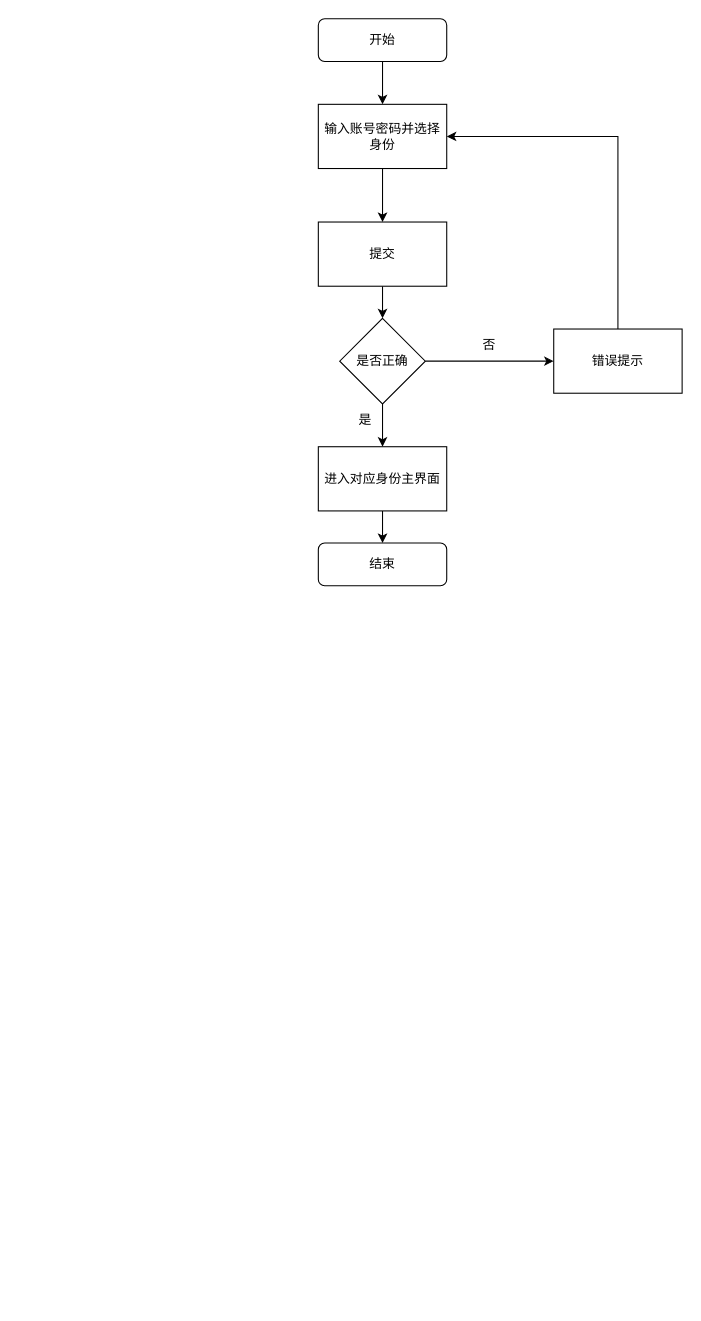
This is public/images/未命名绘图.drawio from waittinging/ceshi, a draw.io file, before an edit. Source tidied: cells renumbered, new cells numbered last; positions are measured from the earlier drawing's top-left corner, leaving out a move shared by most shapes. Both pictures are drawn from the tidied source at 107%, with x=0, y=0 at pixel (318, 18).
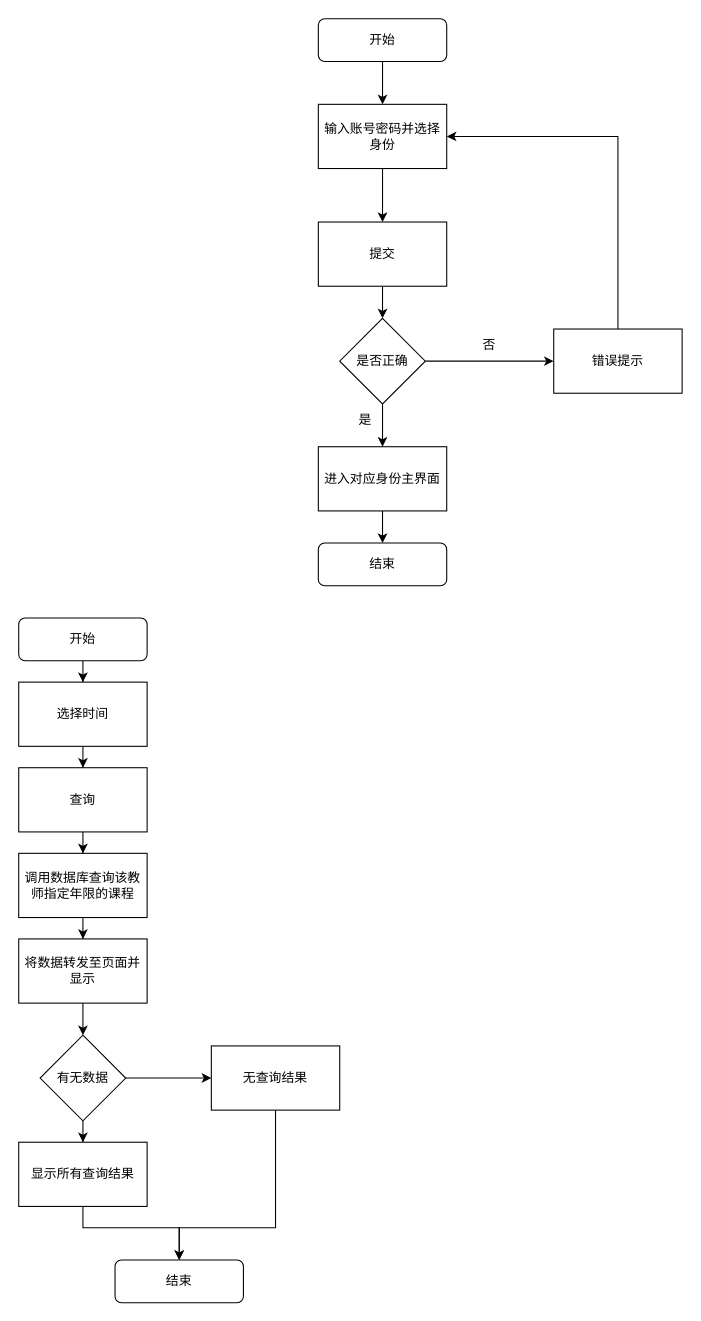
Above is the later version.

Commit message:
更新未命名绘图.drawio

What changed in the source:
```diff
@@
+    <mxCell id="18" style="edgeStyle=orthogonalEdgeStyle;rounded=0;jettySize=auto;html=1;" parent="1" edge="1" source="19" target="21">
+      <mxGeometry relative="1" as="geometry" />
+    </mxCell>
+    <mxCell id="19" value="开始" style="rounded=1;whiteSpace=wrap;html=1;fontSize=12;glass=0;strokeWidth=1;shadow=0;" parent="1" vertex="1">
+      <mxGeometry x="-280" y="560" width="120" height="40" as="geometry" />
+    </mxCell>
+    <mxCell id="20" style="edgeStyle=orthogonalEdgeStyle;rounded=0;jettySize=auto;html=1;" parent="1" edge="1" source="21" target="23">
+      <mxGeometry relative="1" as="geometry" />
+    </mxCell>
+    <mxCell id="21" value="选择时间" style="rounded=0;whiteSpace=wrap;html=1;" parent="1" vertex="1">
+      <mxGeometry x="-280" y="620" width="120" height="60" as="geometry" />
+    </mxCell>
+    <mxCell id="22" style="edgeStyle=orthogonalEdgeStyle;rounded=0;jettySize=auto;html=1;" parent="1" edge="1" source="23" target="25">
+      <mxGeometry relative="1" as="geometry" />
+    </mxCell>
+    <mxCell id="23" value="查询" style="rounded=0;whiteSpace=wrap;html=1;" parent="1" vertex="1">
+      <mxGeometry x="-280" y="700" width="120" height="60" as="geometry" />
+    </mxCell>
+    <mxCell id="24" style="edgeStyle=orthogonalEdgeStyle;rounded=0;jettySize=auto;html=1;" parent="1" edge="1" source="25" target="27">
+      <mxGeometry relative="1" as="geometry" />
+    </mxCell>
+    <mxCell id="25" value="调用数据库查询该教师指定年限的课程" style="rounded=0;whiteSpace=wrap;html=1;" parent="1" vertex="1">
+      <mxGeometry x="-280" y="780" width="120" height="60" as="geometry" />
+    </mxCell>
+    <mxCell id="26" style="edgeStyle=orthogonalEdgeStyle;rounded=0;jettySize=auto;html=1;" parent="1" edge="1" source="27" target="30">
+      <mxGeometry relative="1" as="geometry" />
+    </mxCell>
+    <mxCell id="27" value="将数据转发至页面并显示" style="rounded=0;whiteSpace=wrap;html=1;" parent="1" vertex="1">
+      <mxGeometry x="-280" y="860" width="120" height="60" as="geometry" />
+    </mxCell>
+    <mxCell id="28" style="edgeStyle=orthogonalEdgeStyle;rounded=0;jettySize=auto;html=1;" parent="1" edge="1" source="30" target="32">
+      <mxGeometry relative="1" as="geometry" />
+    </mxCell>
+    <mxCell id="29" style="edgeStyle=orthogonalEdgeStyle;rounded=0;jettySize=auto;html=1;" parent="1" edge="1" source="30" target="34">
+      <mxGeometry relative="1" as="geometry" />
+    </mxCell>
+    <mxCell id="30" value="有无数据" style="rhombus;whiteSpace=wrap;html=1;" parent="1" vertex="1">
+      <mxGeometry x="-260" y="950" width="80" height="80" as="geometry" />
+    </mxCell>
+    <mxCell id="31" style="edgeStyle=orthogonalEdgeStyle;rounded=0;jettySize=auto;html=1;" parent="1" edge="1" source="32" target="35">
+      <mxGeometry relative="1" as="geometry">
+        <Array as="points">
+          <mxPoint x="-220" y="1130" />
+          <mxPoint x="-130" y="1130" />
+        </Array>
+      </mxGeometry>
+    </mxCell>
+    <mxCell id="32" value="显示所有查询结果" style="rounded=0;whiteSpace=wrap;html=1;" parent="1" vertex="1">
+      <mxGeometry x="-280" y="1050" width="120" height="60" as="geometry" />
+    </mxCell>
+    <mxCell id="33" style="edgeStyle=orthogonalEdgeStyle;rounded=0;jettySize=auto;html=1;exitX=0.5;exitY=1;exitDx=0;exitDy=0;entryX=0.5;entryY=0;entryDx=0;entryDy=0;" parent="1" edge="1" source="34" target="35">
+      <mxGeometry relative="1" as="geometry">
+        <Array as="points">
+          <mxPoint x="-40" y="1130" />
+          <mxPoint x="-130" y="1130" />
+        </Array>
+      </mxGeometry>
+    </mxCell>
+    <mxCell id="34" value="无查询结果" style="rounded=0;whiteSpace=wrap;html=1;" parent="1" vertex="1">
+      <mxGeometry x="-100" y="960" width="120" height="60" as="geometry" />
+    </mxCell>
+    <mxCell id="35" value="结束" style="rounded=1;whiteSpace=wrap;html=1;fontSize=12;glass=0;strokeWidth=1;shadow=0;" parent="1" vertex="1">
+      <mxGeometry x="-190" y="1160" width="120" height="40" as="geometry" />
+    </mxCell>
```
